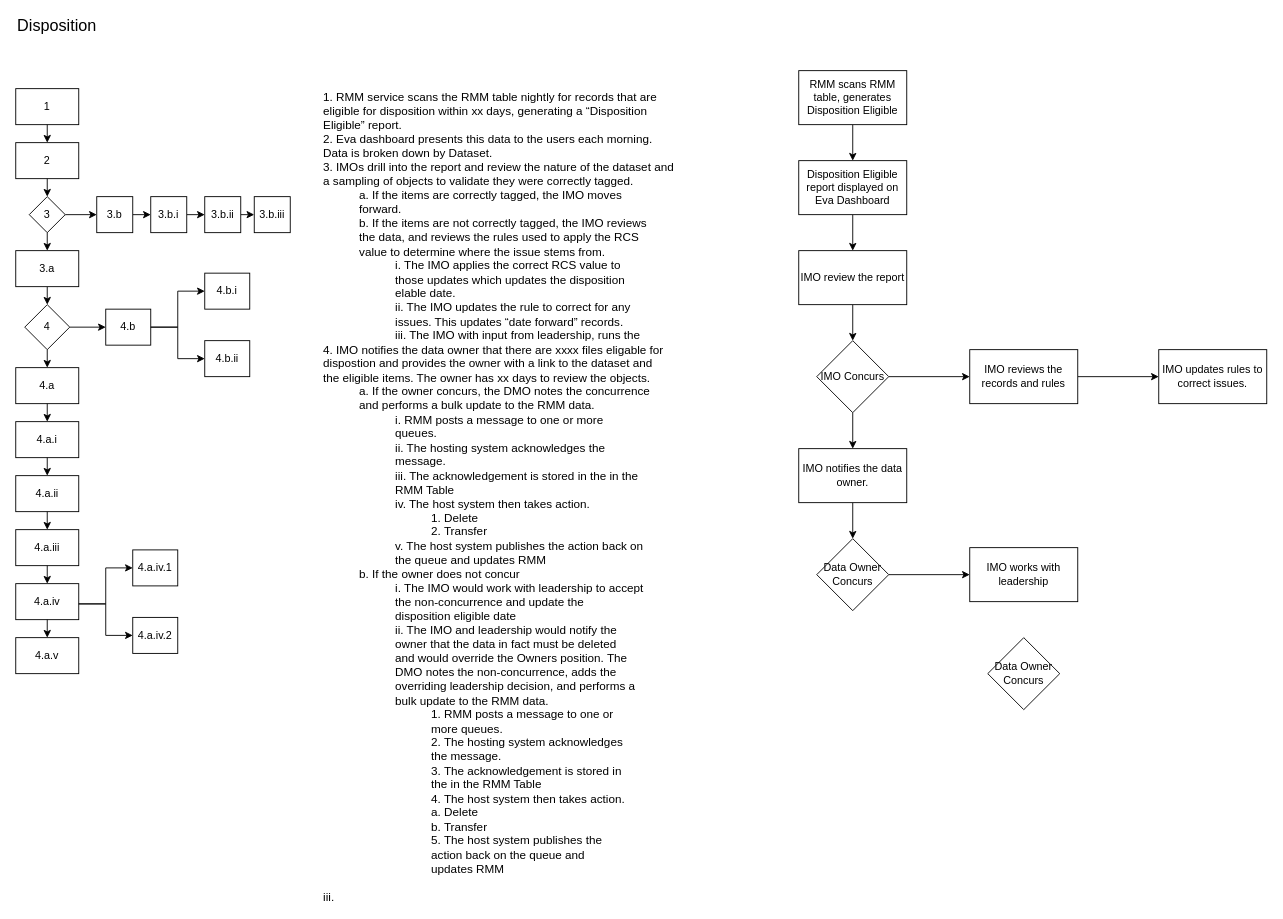
Before: page "Disposition" (1 of 2) of Drawings/Disposition/Disposition.drawio in RMSLowside/rmslow, a draw.io diagram. Source tidied: cells renumbered, new cells numbered last; positions are measured from the earlier drawing's top-left corner, leaving out a move shared by most shapes. Both pictures are drawn from the tidied source at 90%, with x=0, y=0 at pixel (15, 16).
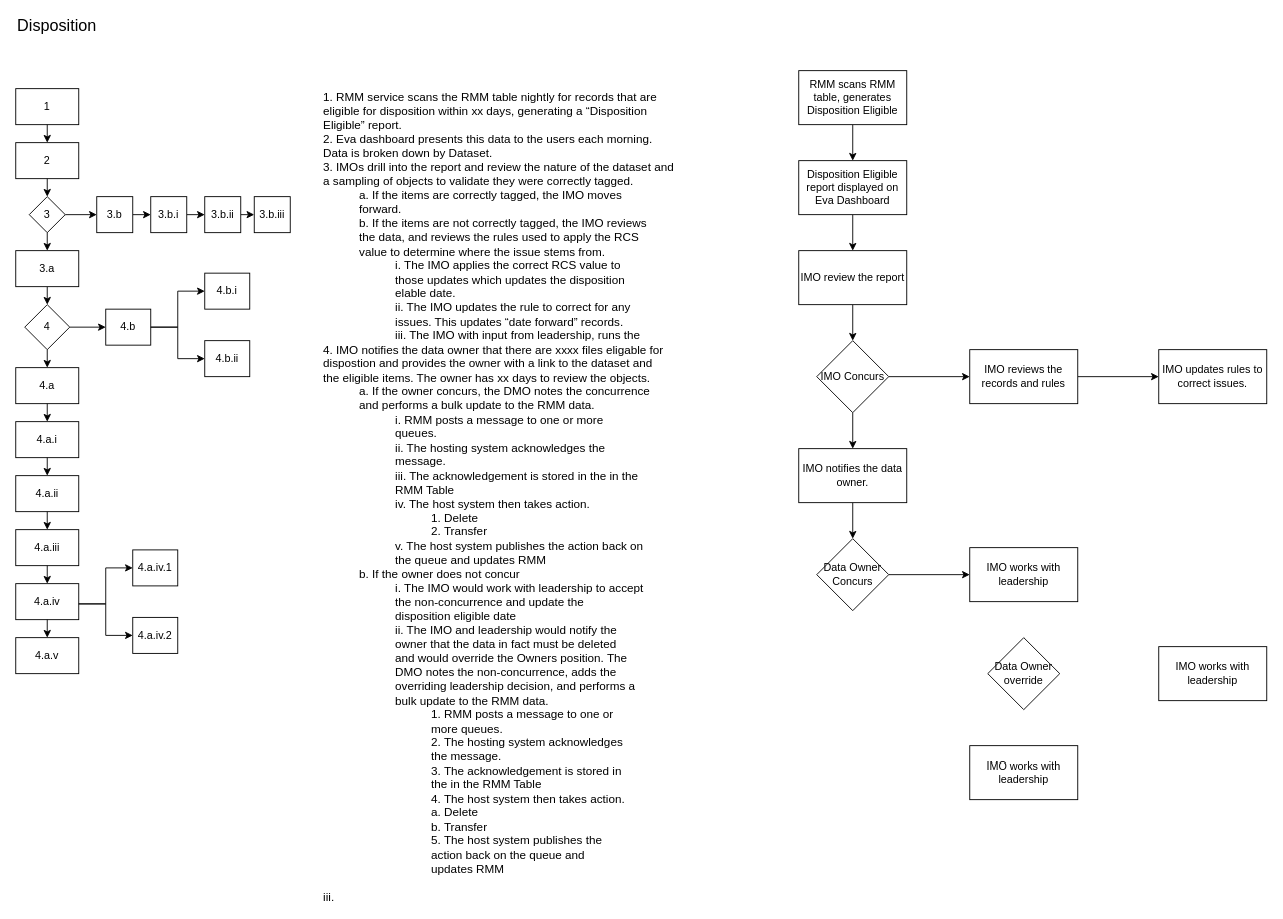
The same diagram, later.

Diff of the diagram source:
```diff
@@
-    <mxCell id="60" value="Data Owner Concurs" style="rhombus;whiteSpace=wrap;html=1;" parent="1" vertex="1">
+    <mxCell id="60" value="Data Owner override" style="rhombus;whiteSpace=wrap;html=1;" parent="1" vertex="1">
       <mxGeometry x="1080" y="690" width="80" height="80" as="geometry" />
     </mxCell>
+    <mxCell id="61" value="IMO works with leadership" style="rounded=0;whiteSpace=wrap;html=1;" parent="1" vertex="1">
+      <mxGeometry x="1060" y="810" width="120" height="60" as="geometry" />
+    </mxCell>
+    <mxCell id="62" value="IMO works with leadership" style="rounded=0;whiteSpace=wrap;html=1;" parent="1" vertex="1">
+      <mxGeometry x="1270" y="700" width="120" height="60" as="geometry" />
+    </mxCell>
```
